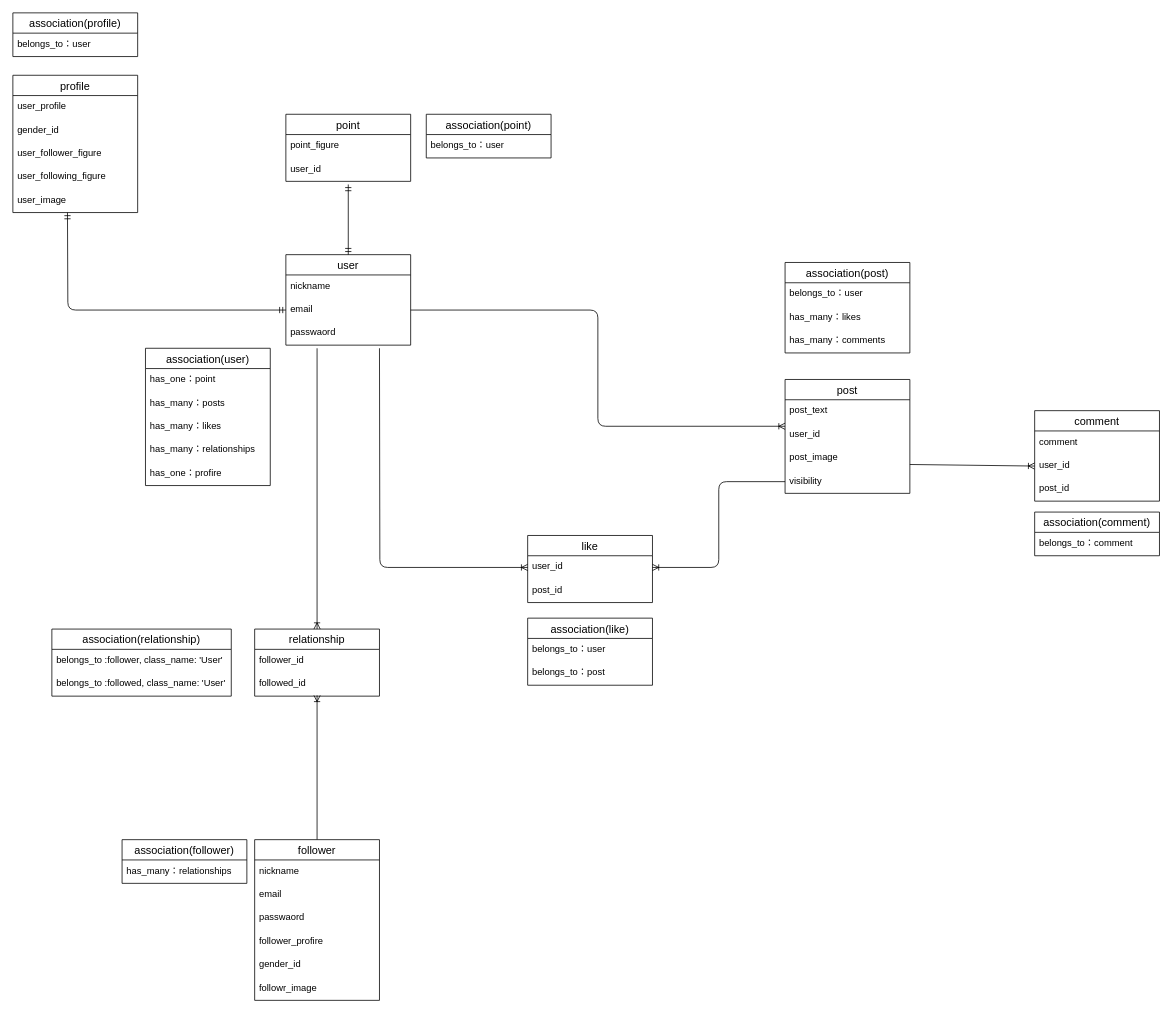
The draw.io diagram ER .dio in TkToshi/trajectory, before the edit. Source tidied: cells renumbered, new cells numbered last; positions are measured from the earlier drawing's top-left corner, leaving out a move shared by most shapes. Both pictures are drawn from the tidied source at 78%, with x=0, y=0 at pixel (12, 12).
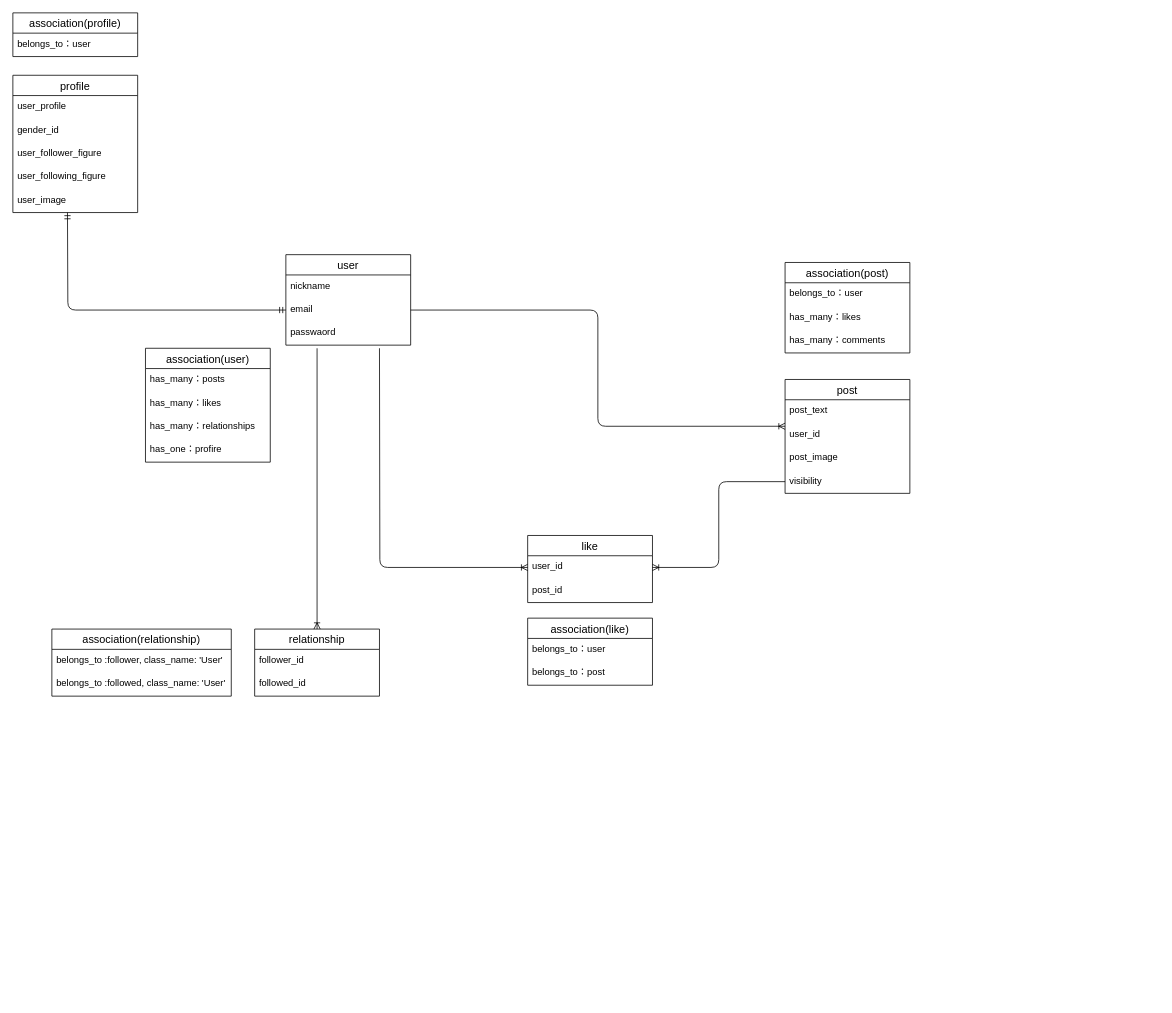
Above is the later version.

The change refers to these unchanged cells:
```xml
<mxCell id="2" value="user" style="swimlane;fontStyle=0;horizontal=1;startSize=26;align=center;fontSize=14;" parent="1" vertex="1">
  <mxGeometry x="350" y="310" width="160" height="116" as="geometry" />
</mxCell>
<mxCell id="9" value="post_image" style="text;strokeColor=none;fillColor=none;spacingLeft=4;spacingRight=4;overflow=hidden;points=[[0,0.5],[1,0.5]];portConstraint=eastwest;fontSize=12;" parent="6" vertex="1">
  <mxGeometry y="86" width="160" height="30" as="geometry" />
</mxCell>
<mxCell id="23" value="followed_id" style="text;strokeColor=none;fillColor=none;spacingLeft=4;spacingRight=4;overflow=hidden;points=[[0,0.5],[1,0.5]];portConstraint=eastwest;fontSize=12;" parent="21" vertex="1">
  <mxGeometry y="56" width="160" height="30" as="geometry" />
</mxCell>
```

What changed in the source:
```diff
@@
-    <mxCell id="11" value="comment" style="swimlane;fontStyle=0;horizontal=1;startSize=26;align=center;fontSize=14;" parent="1" vertex="1">
-      <mxGeometry x="1310" y="510" width="160" height="116" as="geometry" />
-    </mxCell>
-    <mxCell id="12" value="comment" style="text;strokeColor=none;fillColor=none;spacingLeft=4;spacingRight=4;overflow=hidden;fontSize=12;" parent="11" vertex="1">
-      <mxGeometry y="26" width="160" height="30" as="geometry" />
-    </mxCell>
-    <mxCell id="13" value="user_id" style="text;strokeColor=none;fillColor=none;spacingLeft=4;spacingRight=4;overflow=hidden;points=[[0,0.5],[1,0.5]];portConstraint=eastwest;fontSize=12;" parent="11" vertex="1">
-      <mxGeometry y="56" width="160" height="30" as="geometry" />
-    </mxCell>
-    <mxCell id="14" value="post_id" style="text;strokeColor=none;fillColor=none;spacingLeft=4;spacingRight=4;overflow=hidden;fontSize=12;" parent="11" vertex="1">
-      <mxGeometry y="86" width="160" height="30" as="geometry" />
-    </mxCell>
-    <mxCell id="15" value="point" style="swimlane;fontStyle=0;horizontal=1;startSize=26;align=center;fontSize=14;" parent="1" vertex="1">
-      <mxGeometry x="350" y="130" width="160" height="86" as="geometry" />
-    </mxCell>
-    <mxCell id="16" value="point_figure" style="text;strokeColor=none;fillColor=none;spacingLeft=4;spacingRight=4;overflow=hidden;fontSize=12;" parent="15" vertex="1">
-      <mxGeometry y="26" width="160" height="30" as="geometry" />
-    </mxCell>
-    <mxCell id="17" value="user_id" style="text;strokeColor=none;fillColor=none;spacingLeft=4;spacingRight=4;overflow=hidden;fontSize=12;" parent="15" vertex="1">
-      <mxGeometry y="56" width="160" height="30" as="geometry" />
-    </mxCell>
@@
-    <mxCell id="25" style="fontSize=12;html=1;endArrow=ERoneToMany;exitX=1;exitY=0.767;exitDx=0;exitDy=0;exitPerimeter=0;entryX=0;entryY=0.5;entryDx=0;entryDy=0;" parent="1" edge="1" source="9" target="13">
-      <mxGeometry relative="1" as="geometry" />
-    </mxCell>
@@
-    <mxCell id="28" style="fontSize=12;html=1;endArrow=ERoneToMany;entryX=0.5;entryY=0.967;entryDx=0;entryDy=0;entryPerimeter=0;exitX=0.5;exitY=0;exitDx=0;exitDy=0;" parent="1" edge="1" source="53" target="23">
-      <mxGeometry relative="1" as="geometry" />
-    </mxCell>
-    <mxCell id="29" style="fontSize=12;html=1;endArrow=ERmandOne;startArrow=ERmandOne;exitX=0.5;exitY=0;exitDx=0;exitDy=0;" parent="1" edge="1" source="2">
-      <mxGeometry relative="1" as="geometry">
-        <mxPoint x="430" y="220" as="targetPoint" />
-      </mxGeometry>
-    </mxCell>
     <mxCell id="30" value="association(user)" style="swimlane;fontStyle=0;horizontal=1;startSize=26;align=center;fontSize=14;" parent="1" vertex="1">
-      <mxGeometry x="170" y="430" width="160" height="176" as="geometry" />
+      <mxGeometry x="170" y="430" width="160" height="146" as="geometry" />
     </mxCell>
-    <mxCell id="31" value="has_one：point" style="text;strokeColor=none;fillColor=none;spacingLeft=4;spacingRight=4;overflow=hidden;fontSize=12;" parent="30" vertex="1">
-      <mxGeometry y="26" width="160" height="30" as="geometry" />
-    </mxCell>
     <mxCell id="32" value="has_many：posts" style="text;strokeColor=none;fillColor=none;spacingLeft=4;spacingRight=4;overflow=hidden;fontSize=12;" parent="30" vertex="1">
-      <mxGeometry y="56" width="160" height="30" as="geometry" />
+      <mxGeometry y="26" width="160" height="30" as="geometry" />
     </mxCell>
     <mxCell id="33" value="has_many：likes" style="text;strokeColor=none;fillColor=none;spacingLeft=4;spacingRight=4;overflow=hidden;fontSize=12;" parent="30" vertex="1">
-      <mxGeometry y="86" width="160" height="30" as="geometry" />
+      <mxGeometry y="56" width="160" height="30" as="geometry" />
     </mxCell>
     <mxCell id="34" value="has_many：relationships" style="text;strokeColor=none;fillColor=none;spacingLeft=4;spacingRight=4;overflow=hidden;fontSize=12;" parent="30" vertex="1">
-      <mxGeometry y="116" width="160" height="30" as="geometry" />
+      <mxGeometry y="86" width="160" height="30" as="geometry" />
     </mxCell>
     <mxCell id="35" value="has_one：profire" style="text;strokeColor=none;fillColor=none;spacingLeft=4;spacingRight=4;overflow=hidden;fontSize=12;" parent="30" vertex="1">
-      <mxGeometry y="146" width="160" height="30" as="geometry" />
+      <mxGeometry y="116" width="160" height="30" as="geometry" />
     </mxCell>
-    <mxCell id="36" value="association(point)" style="swimlane;fontStyle=0;horizontal=1;startSize=26;align=center;fontSize=14;" parent="1" vertex="1">
-      <mxGeometry x="530" y="130" width="160" height="56" as="geometry" />
-    </mxCell>
-    <mxCell id="37" value="belongs_to：user" style="text;strokeColor=none;fillColor=none;spacingLeft=4;spacingRight=4;overflow=hidden;fontSize=12;" parent="36" vertex="1">
-      <mxGeometry y="26" width="160" height="30" as="geometry" />
-    </mxCell>
@@
-    <mxCell id="41" value="association(follower)" style="swimlane;fontStyle=0;horizontal=1;startSize=26;align=center;fontSize=14;" parent="1" vertex="1">
-      <mxGeometry x="140" y="1060" width="160" height="56" as="geometry" />
-    </mxCell>
-    <mxCell id="42" value="has_many：relationships" style="text;strokeColor=none;fillColor=none;spacingLeft=4;spacingRight=4;overflow=hidden;fontSize=12;" parent="41" vertex="1">
-      <mxGeometry y="26" width="160" height="30" as="geometry" />
-    </mxCell>
@@
-    <mxCell id="50" value="association(comment)" style="swimlane;fontStyle=0;horizontal=1;startSize=26;align=center;fontSize=14;" parent="1" vertex="1">
-      <mxGeometry x="1310" y="640" width="160" height="56" as="geometry" />
-    </mxCell>
-    <mxCell id="51" value="belongs_to：comment" style="text;strokeColor=none;fillColor=none;spacingLeft=4;spacingRight=4;overflow=hidden;fontSize=12;" parent="50" vertex="1">
-      <mxGeometry y="26" width="160" height="30" as="geometry" />
-    </mxCell>
@@
-    <mxCell id="53" value="follower" style="swimlane;fontStyle=0;horizontal=1;startSize=26;align=center;fontSize=14;" parent="1" vertex="1">
-      <mxGeometry x="310" y="1060" width="160" height="206" as="geometry" />
-    </mxCell>
-    <mxCell id="54" value="nickname" style="text;strokeColor=none;fillColor=none;spacingLeft=4;spacingRight=4;overflow=hidden;fontSize=12;" parent="53" vertex="1">
-      <mxGeometry y="26" width="160" height="30" as="geometry" />
-    </mxCell>
-    <mxCell id="55" value="email" style="text;strokeColor=none;fillColor=none;spacingLeft=4;spacingRight=4;overflow=hidden;fontSize=12;" parent="53" vertex="1">
-      <mxGeometry y="56" width="160" height="30" as="geometry" />
-    </mxCell>
-    <mxCell id="56" value="passwaord" style="text;strokeColor=none;fillColor=none;spacingLeft=4;spacingRight=4;overflow=hidden;fontSize=12;" parent="53" vertex="1">
-      <mxGeometry y="86" width="160" height="30" as="geometry" />
-    </mxCell>
-    <mxCell id="57" value="follower_profire" style="text;strokeColor=none;fillColor=none;spacingLeft=4;spacingRight=4;overflow=hidden;fontSize=12;" parent="53" vertex="1">
-      <mxGeometry y="116" width="160" height="30" as="geometry" />
-    </mxCell>
-    <mxCell id="58" value="gender_id" style="text;strokeColor=none;fillColor=none;spacingLeft=4;spacingRight=4;overflow=hidden;fontSize=12;" parent="53" vertex="1">
-      <mxGeometry y="146" width="160" height="30" as="geometry" />
-    </mxCell>
-    <mxCell id="59" value="followr_image" style="text;strokeColor=none;fillColor=none;spacingLeft=4;spacingRight=4;overflow=hidden;fontSize=12;" parent="53" vertex="1">
-      <mxGeometry y="176" width="160" height="30" as="geometry" />
-    </mxCell>
```
